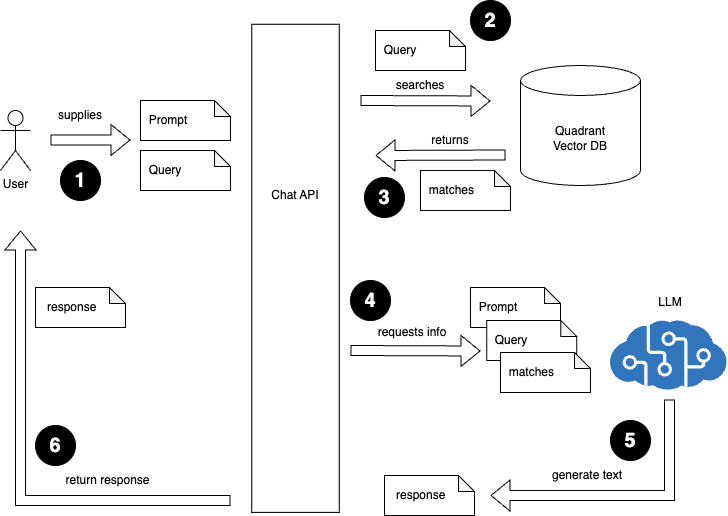
This is images/rag.png from jsandino/wine-rag, a draw.io export, as it was before one commit. Source tidied: cells renumbered, new cells last; positions are measured from the earlier drawing's top-left corner, leaving out a move shared by most shapes. Its diagram source:
```xml
<mxGraphModel>
  <root>
    <mxCell id="0" />
    <mxCell id="1" parent="0" />
    <mxCell id="2" value="User&lt;div&gt;&lt;br&gt;&lt;/div&gt;" style="shape=umlActor;verticalLabelPosition=bottom;verticalAlign=top;html=1;" parent="1" vertex="1">
      <mxGeometry y="110" width="30" height="60" as="geometry" />
    </mxCell>
    <mxCell id="3" style="shape=flexArrow;endArrow=classic;html=1;rounded=0;" parent="1" edge="1">
      <mxGeometry relative="1" as="geometry">
        <mxPoint x="50" y="139.5" as="sourcePoint" />
        <mxPoint x="130" y="139.5" as="targetPoint" />
      </mxGeometry>
    </mxCell>
    <mxCell id="4" value="supplies" style="text;html=1;align=center;verticalAlign=middle;whiteSpace=wrap;rounded=0;" parent="1" vertex="1">
      <mxGeometry x="50" y="100" width="60" height="30" as="geometry" />
    </mxCell>
    <mxCell id="5" value="&lt;div style=&quot;&quot;&gt;&lt;span style=&quot;background-color: initial;&quot;&gt;&amp;nbsp; Prompt&lt;/span&gt;&lt;/div&gt;" style="shape=note;whiteSpace=wrap;html=1;backgroundOutline=1;darkOpacity=0.05;align=left;size=16;" parent="1" vertex="1">
      <mxGeometry x="140" y="100" width="90" height="40" as="geometry" />
    </mxCell>
    <mxCell id="6" value="&lt;div style=&quot;&quot;&gt;&amp;nbsp; Query&lt;/div&gt;" style="shape=note;whiteSpace=wrap;html=1;backgroundOutline=1;darkOpacity=0.05;align=left;size=16;" parent="1" vertex="1">
      <mxGeometry x="140" y="150" width="90" height="40" as="geometry" />
    </mxCell>
    <mxCell id="7" value="1" style="ellipse;whiteSpace=wrap;html=1;labelBackgroundColor=#000000;strokeColor=#000000;fillColor=#000000;fontColor=#FFFFFF;fontSize=20;fontStyle=1;" parent="1" vertex="1">
      <mxGeometry x="60" y="160" width="40" height="40" as="geometry" />
    </mxCell>
    <mxCell id="8" style="rounded=0;whiteSpace=wrap;html=1;rotation=-90;" parent="1" vertex="1">
      <mxGeometry x="50.9" y="224.1" width="488.1" height="87.5" as="geometry" />
    </mxCell>
    <mxCell id="9" value="Chat API" style="text;html=1;align=center;verticalAlign=middle;whiteSpace=wrap;rounded=0;" parent="1" vertex="1">
      <mxGeometry x="265" y="180" width="60" height="30" as="geometry" />
    </mxCell>
    <mxCell id="10" value="Quadrant&lt;div&gt;Vector DB&lt;/div&gt;" style="shape=cylinder3;whiteSpace=wrap;html=1;boundedLbl=1;backgroundOutline=1;size=15;" parent="1" vertex="1">
      <mxGeometry x="520" y="65" width="120" height="120" as="geometry" />
    </mxCell>
    <mxCell id="11" style="shape=flexArrow;endArrow=classic;html=1;rounded=0;" parent="1" edge="1">
      <mxGeometry relative="1" as="geometry">
        <mxPoint x="360" y="100" as="sourcePoint" />
        <mxPoint x="490" y="100.5" as="targetPoint" />
      </mxGeometry>
    </mxCell>
    <mxCell id="12" value="searches" style="text;html=1;align=center;verticalAlign=middle;whiteSpace=wrap;rounded=0;" parent="1" vertex="1">
      <mxGeometry x="390" y="70" width="60" height="30" as="geometry" />
    </mxCell>
    <mxCell id="13" value="&lt;div style=&quot;&quot;&gt;&amp;nbsp; Query&lt;/div&gt;" style="shape=note;whiteSpace=wrap;html=1;backgroundOutline=1;darkOpacity=0.05;align=left;size=16;" parent="1" vertex="1">
      <mxGeometry x="375" y="30" width="90" height="40" as="geometry" />
    </mxCell>
    <mxCell id="14" value="2" style="ellipse;whiteSpace=wrap;html=1;labelBackgroundColor=#000000;strokeColor=#000000;fillColor=#000000;fontColor=#FFFFFF;fontSize=20;fontStyle=1;" parent="1" vertex="1">
      <mxGeometry x="470" width="40" height="40" as="geometry" />
    </mxCell>
    <mxCell id="15" style="shape=flexArrow;endArrow=classic;html=1;rounded=0;" parent="1" edge="1">
      <mxGeometry relative="1" as="geometry">
        <mxPoint x="505" y="154.5" as="sourcePoint" />
        <mxPoint x="375" y="155" as="targetPoint" />
      </mxGeometry>
    </mxCell>
    <mxCell id="16" value="returns" style="text;html=1;align=center;verticalAlign=middle;whiteSpace=wrap;rounded=0;" parent="1" vertex="1">
      <mxGeometry x="420" y="125" width="60" height="30" as="geometry" />
    </mxCell>
    <mxCell id="17" value="&lt;div style=&quot;&quot;&gt;&amp;nbsp; matches&lt;/div&gt;" style="shape=note;whiteSpace=wrap;html=1;backgroundOutline=1;darkOpacity=0.05;align=left;size=16;" parent="1" vertex="1">
      <mxGeometry x="420" y="170" width="90" height="40" as="geometry" />
    </mxCell>
    <mxCell id="18" value="3" style="ellipse;whiteSpace=wrap;html=1;labelBackgroundColor=#000000;strokeColor=#000000;fillColor=#000000;fontColor=#FFFFFF;fontSize=20;fontStyle=1;" parent="1" vertex="1">
      <mxGeometry x="364" y="177" width="40" height="40" as="geometry" />
    </mxCell>
    <mxCell id="19" style="shape=flexArrow;endArrow=classic;html=1;rounded=0;" parent="1" edge="1">
      <mxGeometry relative="1" as="geometry">
        <mxPoint x="350" y="350" as="sourcePoint" />
        <mxPoint x="480" y="350.5" as="targetPoint" />
      </mxGeometry>
    </mxCell>
    <mxCell id="20" value="requests info" style="text;html=1;align=center;verticalAlign=middle;whiteSpace=wrap;rounded=0;" parent="1" vertex="1">
      <mxGeometry x="364" y="317" width="96" height="30" as="geometry" />
    </mxCell>
    <mxCell id="21" value="&lt;div style=&quot;&quot;&gt;&lt;span style=&quot;background-color: initial;&quot;&gt;&amp;nbsp; Prompt&lt;/span&gt;&lt;/div&gt;" style="shape=note;whiteSpace=wrap;html=1;backgroundOutline=1;darkOpacity=0.05;align=left;size=16;" parent="1" vertex="1">
      <mxGeometry x="470" y="287" width="90" height="40" as="geometry" />
    </mxCell>
    <mxCell id="22" value="&lt;div style=&quot;&quot;&gt;&amp;nbsp; Query&lt;/div&gt;" style="shape=note;whiteSpace=wrap;html=1;backgroundOutline=1;darkOpacity=0.05;align=left;size=16;" parent="1" vertex="1">
      <mxGeometry x="486.2" y="320" width="90" height="40" as="geometry" />
    </mxCell>
    <mxCell id="23" value="&lt;div style=&quot;&quot;&gt;&amp;nbsp; matches&lt;/div&gt;" style="shape=note;whiteSpace=wrap;html=1;backgroundOutline=1;darkOpacity=0.05;align=left;size=16;" parent="1" vertex="1">
      <mxGeometry x="500" y="352" width="90" height="40" as="geometry" />
    </mxCell>
    <mxCell id="24" style="image;sketch=0;html=1;align=center;fontSize=12;image=img/lib/mscae/Cognitive_Services.svg;" parent="1" vertex="1">
      <mxGeometry x="610" y="320" width="116.7" height="70" as="geometry" />
    </mxCell>
    <mxCell id="25" value="LLM" style="text;html=1;align=center;verticalAlign=middle;whiteSpace=wrap;rounded=0;" parent="1" vertex="1">
      <mxGeometry x="640" y="287" width="60" height="30" as="geometry" />
    </mxCell>
    <mxCell id="26" value="4" style="ellipse;whiteSpace=wrap;html=1;labelBackgroundColor=#000000;strokeColor=#000000;fillColor=#000000;fontColor=#FFFFFF;fontSize=20;fontStyle=1;" parent="1" vertex="1">
      <mxGeometry x="350" y="280" width="40" height="40" as="geometry" />
    </mxCell>
    <mxCell id="27" style="shape=flexArrow;endArrow=classic;html=1;rounded=0;" parent="1" edge="1">
      <mxGeometry relative="1" as="geometry">
        <mxPoint x="669.1" y="399" as="sourcePoint" />
        <mxPoint x="490" y="495" as="targetPoint" />
        <Array as="points">
          <mxPoint x="669.1" y="495" />
        </Array>
      </mxGeometry>
    </mxCell>
    <mxCell id="28" value="generate text" style="text;html=1;align=center;verticalAlign=middle;whiteSpace=wrap;rounded=0;" parent="1" vertex="1">
      <mxGeometry x="539.1" y="460" width="96" height="30" as="geometry" />
    </mxCell>
    <mxCell id="29" value="&lt;div style=&quot;&quot;&gt;&amp;nbsp; &amp;nbsp;response&lt;/div&gt;" style="shape=note;whiteSpace=wrap;html=1;backgroundOutline=1;darkOpacity=0.05;align=left;size=16;" parent="1" vertex="1">
      <mxGeometry x="384" y="475" width="90" height="40" as="geometry" />
    </mxCell>
    <mxCell id="30" value="5" style="ellipse;whiteSpace=wrap;html=1;labelBackgroundColor=#000000;strokeColor=#000000;fillColor=#000000;fontColor=#FFFFFF;fontSize=20;fontStyle=1;" parent="1" vertex="1">
      <mxGeometry x="610" y="420" width="40" height="40" as="geometry" />
    </mxCell>
    <mxCell id="31" style="shape=flexArrow;endArrow=classic;html=1;rounded=0;" parent="1" edge="1">
      <mxGeometry relative="1" as="geometry">
        <mxPoint x="230" y="500" as="sourcePoint" />
        <mxPoint x="20" y="230" as="targetPoint" />
        <Array as="points">
          <mxPoint x="20" y="500" />
        </Array>
      </mxGeometry>
    </mxCell>
    <mxCell id="32" value="&lt;div style=&quot;&quot;&gt;&amp;nbsp; &amp;nbsp;response&lt;/div&gt;" style="shape=note;whiteSpace=wrap;html=1;backgroundOutline=1;darkOpacity=0.05;align=left;size=16;" parent="1" vertex="1">
      <mxGeometry x="35" y="287" width="90" height="40" as="geometry" />
    </mxCell>
    <mxCell id="33" value="return response" style="text;html=1;align=center;verticalAlign=middle;whiteSpace=wrap;rounded=0;" parent="1" vertex="1">
      <mxGeometry x="60" y="465" width="95" height="30" as="geometry" />
    </mxCell>
    <mxCell id="34" value="6" style="ellipse;whiteSpace=wrap;html=1;labelBackgroundColor=#000000;strokeColor=#000000;fillColor=#000000;fontColor=#FFFFFF;fontSize=20;fontStyle=1;" parent="1" vertex="1">
      <mxGeometry x="35" y="425" width="40" height="40" as="geometry" />
    </mxCell>
  </root>
</mxGraphModel>
```
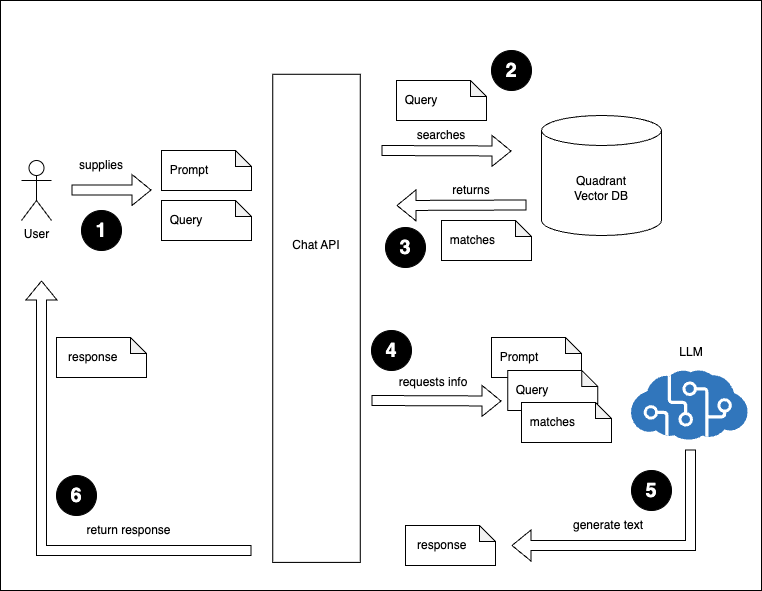
After the commit.

The edit, as a diff of the source:
```diff
@@ -2,6 +2,9 @@
   <root>
     <mxCell id="0" />
     <mxCell id="1" parent="0" />
+    <mxCell id="35" style="verticalLabelPosition=bottom;verticalAlign=top;html=1;shape=mxgraph.basic.rect;fillColor2=none;strokeWidth=1;size=20;indent=5;" parent="1" vertex="1">
+      <mxGeometry x="-21" y="-50" width="761" height="590" as="geometry" />
+    </mxCell>
     <mxCell id="2" value="User&lt;div&gt;&lt;br&gt;&lt;/div&gt;" style="shape=umlActor;verticalLabelPosition=bottom;verticalAlign=top;html=1;" parent="1" vertex="1">
       <mxGeometry y="110" width="30" height="60" as="geometry" />
     </mxCell>
```
